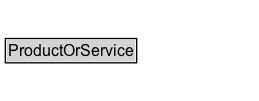
Above: docs/diagrams/ProductOrService.dot.png in k-vaughn/ontology-import-gr (Graphviz), before the change. Its source is kept beside it as docs/diagrams/ProductOrService.dot. Source of this version:
```dot
digraph {
	graph [overlap=false rankdir=TB splines=true]
	node [fontname=Arial fontsize=12 margin=0 shape=none]
	edge [fontname=Arial fontsize=11]
	ProductOrService [label=<<TABLE BORDER="1" CELLBORDER="0" CELLSPACING="0" CELLPADDING="1"><TR><TD BGCOLOR="lightgray" ALIGN="CENTER">ProductOrService</TD></TR></TABLE>> URL="../ProductOrService" margin=0]
	{
		rank=max
	}
	subgraph cluster_associated {
		label="" style=invis
		Invis [label=<<TABLE BORDER="0" CELLBORDER="0" CELLSPACING="0" CELLPADDING="1"><TR><TD></TD></TR></TABLE>> margin=0 style=invis]
	}
}
```
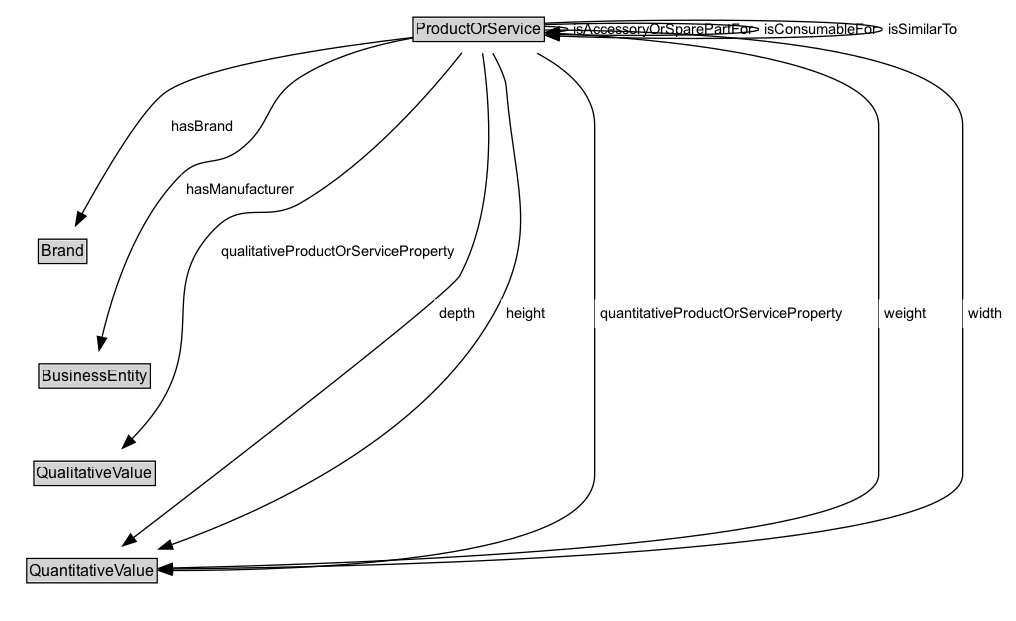
After the change.

The edit, as a diff of the source:
```diff
@@ -2,12 +2,40 @@
 	graph [overlap=false rankdir=TB splines=true]
 	node [fontname=Arial fontsize=12 margin=0 shape=none]
 	edge [fontname=Arial fontsize=11]
-	ProductOrService [label=<<TABLE BORDER="1" CELLBORDER="0" CELLSPACING="0" CELLPADDING="1"><TR><TD BGCOLOR="lightgray" ALIGN="CENTER">ProductOrService</TD></TR></TABLE>> URL="../ProductOrService" margin=0]
+	{
+		rank=source
+	}
+	ProductOrService [label=<<TABLE BORDER="1" CELLBORDER="0" CELLSPACING="0" CELLPADDING="1"><TR><TD BGCOLOR="lightgray" ALIGN="CENTER">ProductOrService</TD></TR><TR><TD ALIGN="LEFT">category : rdfs:Literal</TD></TR><TR><TD ALIGN="LEFT">color : rdfs:Literal</TD></TR><TR><TD ALIGN="LEFT">condition : rdfs:Literal</TD></TR><TR><TD ALIGN="LEFT">datatypeProductOrServiceProperty : rdfs:Literal</TD></TR><TR><TD ALIGN="LEFT">description : rdfs:Literal</TD></TR><TR><TD ALIGN="LEFT">hasEAN_UCC-13 : xsd:string</TD></TR><TR><TD ALIGN="LEFT">hasGTIN-14 : xsd:string</TD></TR><TR><TD ALIGN="LEFT">hasGTIN-8 : xsd:string</TD></TR><TR><TD ALIGN="LEFT">hasMPN : xsd:string</TD></TR><TR><TD ALIGN="LEFT">hasStockKeepingUnit : xsd:string</TD></TR><TR><TD ALIGN="LEFT">name : rdfs:Literal</TD></TR></TABLE>> URL="../ProductOrService" margin=0]
 	{
 		rank=max
 	}
 	subgraph cluster_associated {
 		label="" style=invis
 		Invis [label=<<TABLE BORDER="0" CELLBORDER="0" CELLSPACING="0" CELLPADDING="1"><TR><TD></TD></TR></TABLE>> margin=0 style=invis]
+		Brand [label=<<TABLE BORDER="1" CELLBORDER="0" CELLSPACING="0" CELLPADDING="1"><TR><TD BGCOLOR="lightgray" ALIGN="CENTER">Brand</TD></TR></TABLE>> URL="../Brand" margin=0]
+		BusinessEntity [label=<<TABLE BORDER="1" CELLBORDER="0" CELLSPACING="0" CELLPADDING="1"><TR><TD BGCOLOR="lightgray" ALIGN="CENTER">BusinessEntity</TD></TR></TABLE>> URL="../BusinessEntity" margin=0]
+		QualitativeValue [label=<<TABLE BORDER="1" CELLBORDER="0" CELLSPACING="0" CELLPADDING="1"><TR><TD BGCOLOR="lightgray" ALIGN="CENTER">QualitativeValue</TD></TR></TABLE>> URL="../QualitativeValue" margin=0]
+		QuantitativeValue [label=<<TABLE BORDER="1" CELLBORDER="0" CELLSPACING="0" CELLPADDING="1"><TR><TD BGCOLOR="lightgray" ALIGN="CENTER">QuantitativeValue</TD></TR></TABLE>> URL="../QuantitativeValue" margin=0]
 	}
+	ProductOrService -> Invis [style=invis]
+	Invis -> Brand [style=invis]
+	Brand -> BusinessEntity [style=invis]
+	BusinessEntity -> QualitativeValue [style=invis]
+	QualitativeValue -> QuantitativeValue [style=invis]
+	QuantitativeValue [label=<<TABLE BORDER="1" CELLBORDER="0" CELLSPACING="0" CELLPADDING="1"><TR><TD BGCOLOR="lightgray" ALIGN="CENTER">QuantitativeValue</TD></TR></TABLE>> URL="../QuantitativeValue" margin=0]
+	ProductOrService -> QuantitativeValue [label=<<TABLE BORDER="0" CELLBORDER="0" CELLSPACING="0" CELLPADDING="4" BGCOLOR="white"><TR><TD ALIGN="CENTER">depth</TD></TR></TABLE>> arrowhead=normal style=solid]
+	Brand [label=<<TABLE BORDER="1" CELLBORDER="0" CELLSPACING="0" CELLPADDING="1"><TR><TD BGCOLOR="lightgray" ALIGN="CENTER">Brand</TD></TR></TABLE>> URL="../Brand" margin=0]
+	ProductOrService -> Brand [label=<<TABLE BORDER="0" CELLBORDER="0" CELLSPACING="0" CELLPADDING="4" BGCOLOR="white"><TR><TD ALIGN="CENTER">hasBrand</TD></TR></TABLE>> arrowhead=normal style=solid]
+	BusinessEntity [label=<<TABLE BORDER="1" CELLBORDER="0" CELLSPACING="0" CELLPADDING="1"><TR><TD BGCOLOR="lightgray" ALIGN="CENTER">BusinessEntity</TD></TR></TABLE>> URL="../BusinessEntity" margin=0]
+	ProductOrService -> BusinessEntity [label=<<TABLE BORDER="0" CELLBORDER="0" CELLSPACING="0" CELLPADDING="4" BGCOLOR="white"><TR><TD ALIGN="CENTER">hasManufacturer</TD></TR></TABLE>> arrowhead=normal style=solid]
+	ProductOrService -> QuantitativeValue [label=<<TABLE BORDER="0" CELLBORDER="0" CELLSPACING="0" CELLPADDING="4" BGCOLOR="white"><TR><TD ALIGN="CENTER">height</TD></TR></TABLE>> arrowhead=normal style=solid]
+	ProductOrService [label=<<TABLE BORDER="1" CELLBORDER="0" CELLSPACING="0" CELLPADDING="1"><TR><TD BGCOLOR="lightgray" ALIGN="CENTER">ProductOrService</TD></TR></TABLE>> URL="../ProductOrService" margin=0]
+	ProductOrService -> ProductOrService [label=<<TABLE BORDER="0" CELLBORDER="0" CELLSPACING="0" CELLPADDING="4" BGCOLOR="white"><TR><TD ALIGN="CENTER">isAccessoryOrSparePartFor</TD></TR></TABLE>> arrowhead=normal style=solid]
+	ProductOrService -> ProductOrService [label=<<TABLE BORDER="0" CELLBORDER="0" CELLSPACING="0" CELLPADDING="4" BGCOLOR="white"><TR><TD ALIGN="CENTER">isConsumableFor</TD></TR></TABLE>> arrowhead=normal style=solid]
+	ProductOrService -> ProductOrService [label=<<TABLE BORDER="0" CELLBORDER="0" CELLSPACING="0" CELLPADDING="4" BGCOLOR="white"><TR><TD ALIGN="CENTER">isSimilarTo</TD></TR></TABLE>> arrowhead=normal style=solid]
+	QualitativeValue [label=<<TABLE BORDER="1" CELLBORDER="0" CELLSPACING="0" CELLPADDING="1"><TR><TD BGCOLOR="lightgray" ALIGN="CENTER">QualitativeValue</TD></TR></TABLE>> URL="../QualitativeValue" margin=0]
+	ProductOrService -> QualitativeValue [label=<<TABLE BORDER="0" CELLBORDER="0" CELLSPACING="0" CELLPADDING="4" BGCOLOR="white"><TR><TD ALIGN="CENTER">qualitativeProductOrServiceProperty</TD></TR></TABLE>> arrowhead=normal style=solid]
+	ProductOrService -> QuantitativeValue [label=<<TABLE BORDER="0" CELLBORDER="0" CELLSPACING="0" CELLPADDING="4" BGCOLOR="white"><TR><TD ALIGN="CENTER">quantitativeProductOrServiceProperty</TD></TR></TABLE>> arrowhead=normal style=solid]
+	ProductOrService -> QuantitativeValue [label=<<TABLE BORDER="0" CELLBORDER="0" CELLSPACING="0" CELLPADDING="4" BGCOLOR="white"><TR><TD ALIGN="CENTER">weight</TD></TR></TABLE>> arrowhead=normal style=solid]
+	ProductOrService -> QuantitativeValue [label=<<TABLE BORDER="0" CELLBORDER="0" CELLSPACING="0" CELLPADDING="4" BGCOLOR="white"><TR><TD ALIGN="CENTER">width</TD></TR></TABLE>> arrowhead=normal style=solid]
 }
```
